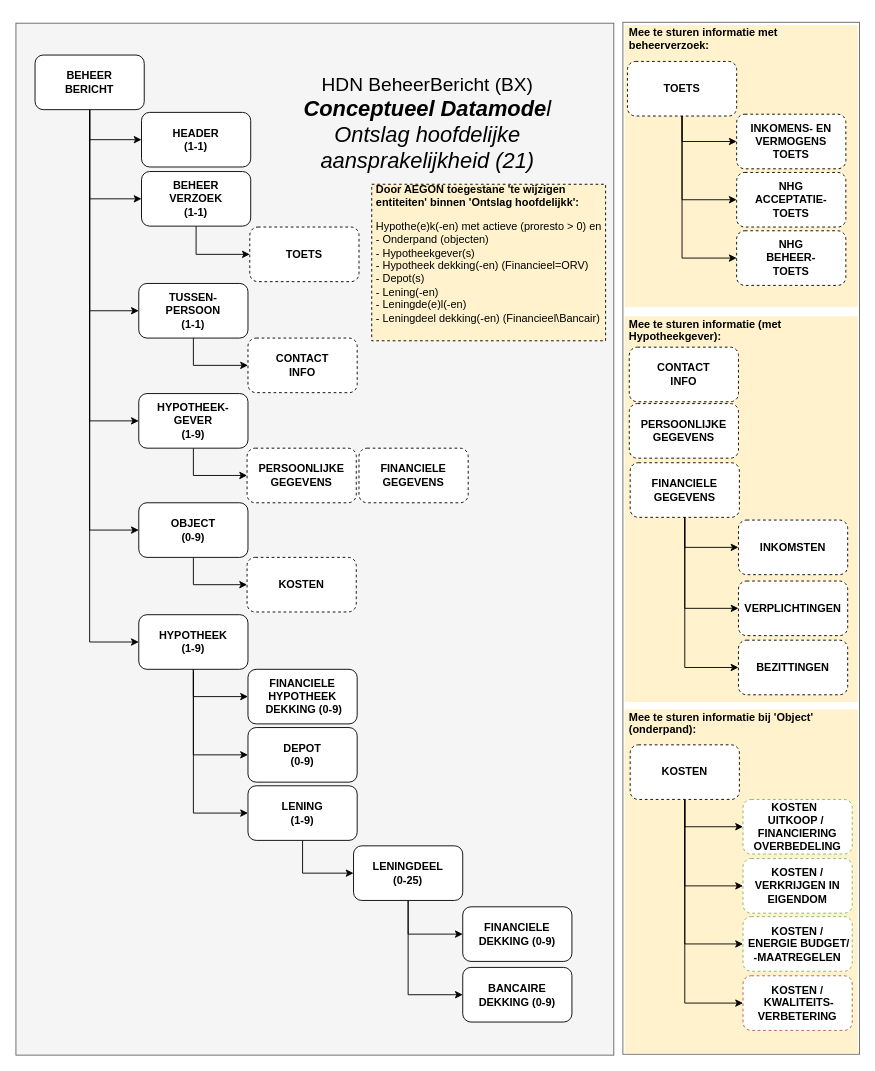
This is page "DataModel OHA" (3 of 9) of HDN_BX_MM_OntslagHoofdelijk.drawio from luchthandel/diagrams, a draw.io file, before an edit. Source tidied: cells renumbered, new cells numbered last; positions are measured from the earlier drawing's top-left corner, leaving out a move shared by most shapes. Both pictures are drawn from the tidied source at 91%, with x=0, y=0 at pixel (15, 22).
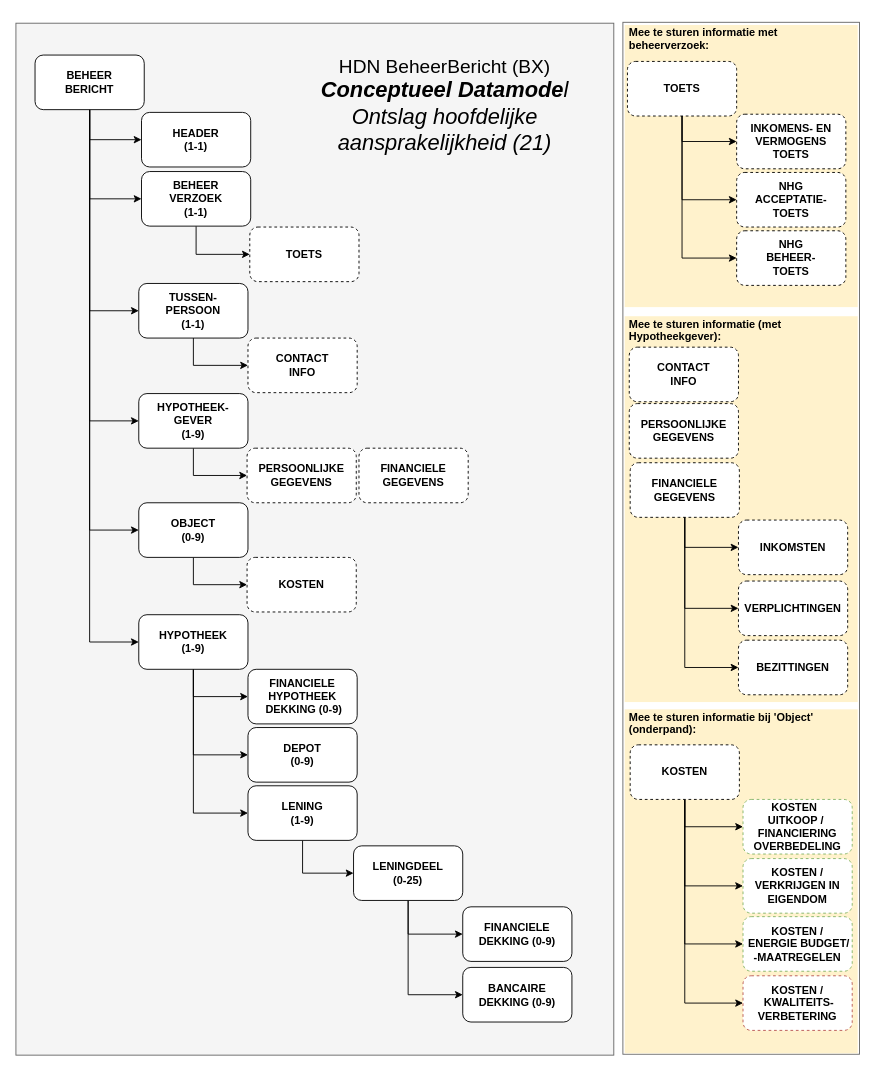
The same diagram, later.

The edit, as a diff of the source:
```diff
@@
     <mxCell id="32" value="&lt;font style=&quot;font-size: 21px&quot;&gt;HDN BeheerBericht (BX)&lt;br&gt;&lt;/font&gt;&lt;i&gt;&lt;span style=&quot;font-size: 24px&quot;&gt;&lt;b&gt;Conceptueel Datamode&lt;/b&gt;l&lt;br&gt;Ontslag hoofdelijke&lt;br&gt;aansprakelijkheid (21)&lt;/span&gt;&lt;br&gt;&lt;/i&gt;" style="text;html=1;strokeColor=none;fillColor=none;align=center;verticalAlign=middle;whiteSpace=wrap;rounded=0;" parent="1" vertex="1">
-      <mxGeometry x="285" y="74" width="335" height="74.5" as="geometry" />
+      <mxGeometry x="304" y="54" width="335" height="74.5" as="geometry" />
     </mxCell>
@@
-    <mxCell id="51" value="&lt;p style=&quot;font-size: 12px&quot;&gt;&lt;b&gt;Door AEGON toegestane 'te wijzigen entiteiten' binnen 'Ontslag hoofdelijkk':&lt;/b&gt;&lt;/p&gt;&lt;p style=&quot;font-size: 12px&quot;&gt;Hypothe(e)k(-en) met actieve (proresto &amp;gt; 0) en&lt;br&gt;- Onderpand (objecten)&lt;br&gt;- Hypotheekgever(s)&lt;br&gt;- Hypotheek dekking(-en) (Financieel=ORV)&lt;br&gt;- Depot(s)&lt;br&gt;- Lening(-en)&lt;br&gt;- Leningde(e)l(-en)&lt;br&gt;- Leningdeel dekking(-en) (Financieel\Bancair)&lt;br&gt;&lt;/p&gt;&lt;p&gt;&lt;/p&gt;" style="text;html=1;fillColor=#fff2cc;spacing=5;spacingTop=-20;whiteSpace=wrap;overflow=hidden;rounded=0;align=left;fontSize=12;verticalAlign=bottom;strokeColor=#000000;dashed=1;" parent="1" vertex="1">
-      <mxGeometry x="391" y="178" width="257" height="172" as="geometry" />
-    </mxCell>
```
